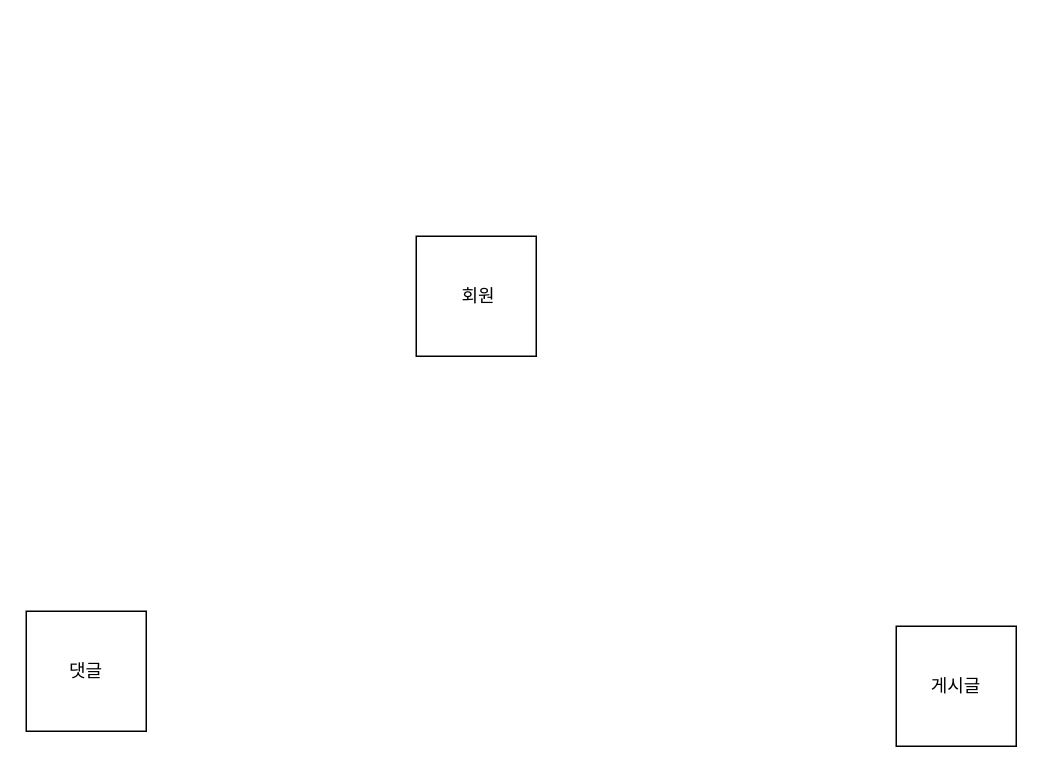
Above: erd_practice.drawio in hoyoungleee/sql_practice_202503 (draw.io), before the change. Source tidied: cells renumbered, new cells numbered last; positions are measured from the earlier drawing's top-left corner, leaving out a move shared by most shapes. Both pictures are drawn from the tidied source at 150%, with x=0, y=0 at pixel (26, 236).
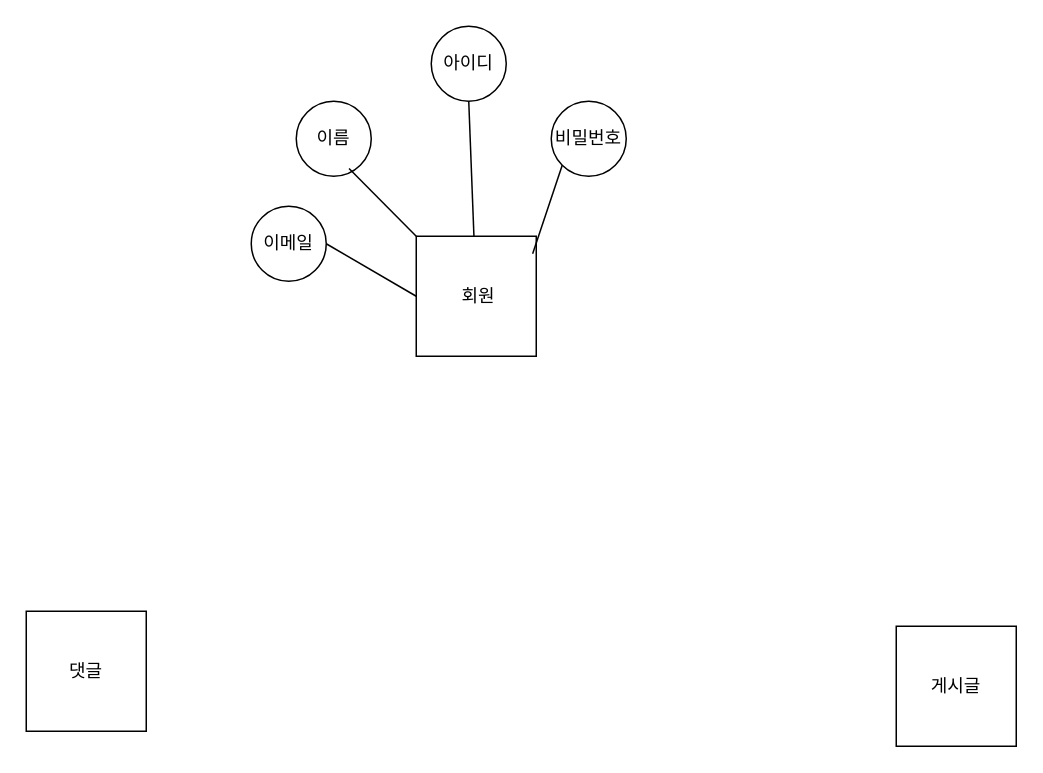
The same page after the edit.

Change to the diagram source:
```diff
@@
 <mxGraphModel>
   <root>
     <mxCell id="0" />
     <mxCell id="1" parent="0" />
+    <mxCell id="5" style="rounded=0;jettySize=auto;html=1;exitX=0;exitY=0.5;exitDx=0;exitDy=0;entryX=1;entryY=0.5;entryDx=0;entryDy=0;endArrow=none;startFill=0;" parent="1" edge="1" source="2" target="10">
+      <mxGeometry relative="1" as="geometry" />
+    </mxCell>
+    <mxCell id="6" style="rounded=0;jettySize=auto;html=1;entryX=0.5;entryY=1;entryDx=0;entryDy=0;endArrow=none;startFill=0;" parent="1" edge="1" source="2" target="7">
+      <mxGeometry relative="1" as="geometry" />
+    </mxCell>
     <mxCell id="2" value="&amp;nbsp;회원" style="whiteSpace=wrap;html=1;" parent="1" vertex="1">
       <mxGeometry x="260" width="80" height="80" as="geometry" />
     </mxCell>
     <mxCell id="3" value="게시글" style="whiteSpace=wrap;html=1;" parent="1" vertex="1">
       <mxGeometry x="580" y="260" width="80" height="80" as="geometry" />
     </mxCell>
     <mxCell id="4" value="댓글" style="whiteSpace=wrap;html=1;" parent="1" vertex="1">
       <mxGeometry y="250" width="80" height="80" as="geometry" />
     </mxCell>
+    <mxCell id="7" value="아이디" style="ellipse;whiteSpace=wrap;html=1;" parent="1" vertex="1">
+      <mxGeometry x="270" y="-140" width="50" height="50" as="geometry" />
+    </mxCell>
+    <mxCell id="8" value="비밀번호" style="ellipse;whiteSpace=wrap;html=1;" parent="1" vertex="1">
+      <mxGeometry x="350" y="-90" width="50" height="50" as="geometry" />
+    </mxCell>
+    <mxCell id="9" value="이름" style="ellipse;whiteSpace=wrap;html=1;" parent="1" vertex="1">
+      <mxGeometry x="180" y="-90" width="50" height="50" as="geometry" />
+    </mxCell>
+    <mxCell id="10" value="이메일" style="ellipse;whiteSpace=wrap;html=1;" parent="1" vertex="1">
+      <mxGeometry x="150" y="-20" width="50" height="50" as="geometry" />
+    </mxCell>
+    <mxCell id="11" style="rounded=0;jettySize=auto;html=1;exitX=0;exitY=0;exitDx=0;exitDy=0;entryX=0.704;entryY=0.896;entryDx=0;entryDy=0;entryPerimeter=0;endArrow=none;startFill=0;" parent="1" edge="1" source="2" target="9">
+      <mxGeometry relative="1" as="geometry" />
+    </mxCell>
+    <mxCell id="12" style="rounded=0;jettySize=auto;html=1;exitX=0;exitY=1;exitDx=0;exitDy=0;entryX=0.97;entryY=0.145;entryDx=0;entryDy=0;entryPerimeter=0;endArrow=none;startFill=0;" parent="1" edge="1" source="8" target="2">
+      <mxGeometry relative="1" as="geometry" />
+    </mxCell>
   </root>
 </mxGraphModel>
```
